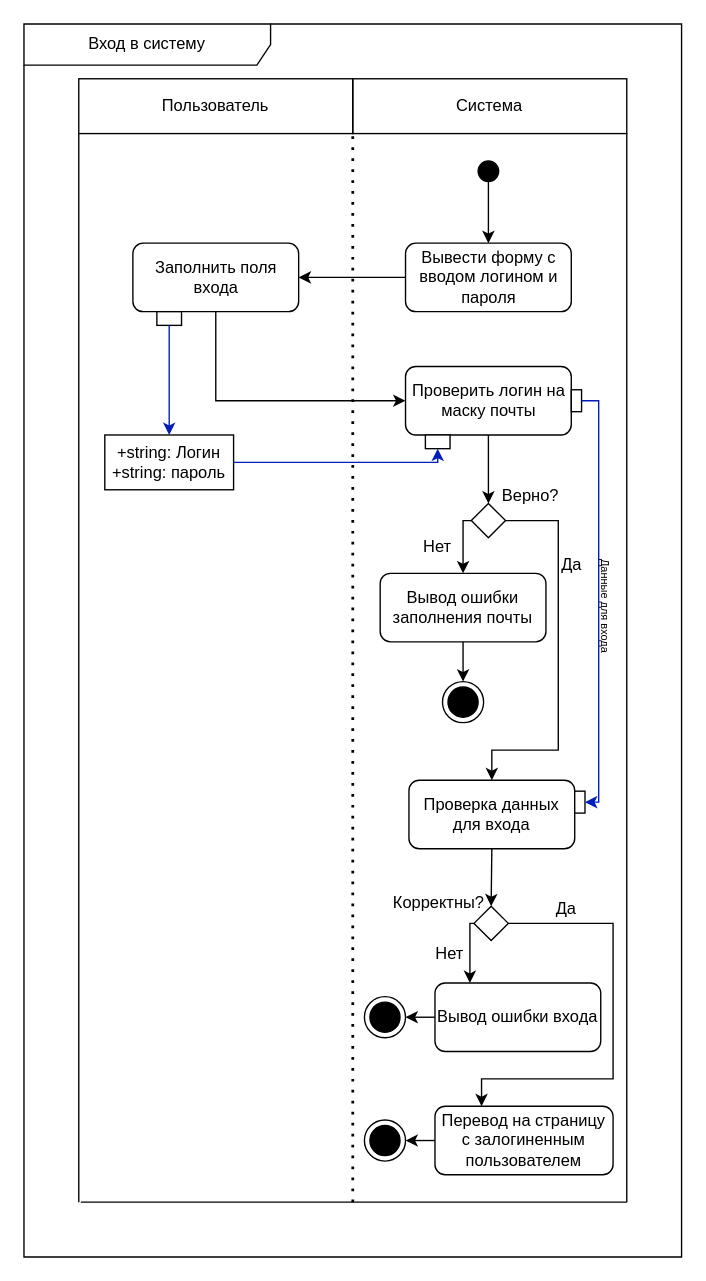
Earlier version of the draw.io diagram docs/raw_diagrams/вход в систему++.drawio (AS2/habrolink). Source tidied: cells renumbered, new cells numbered last; positions are measured from the earlier drawing's top-left corner, leaving out a move shared by most shapes. Both pictures are drawn from the tidied source at 137%, with x=0, y=0 at pixel (23, 23).
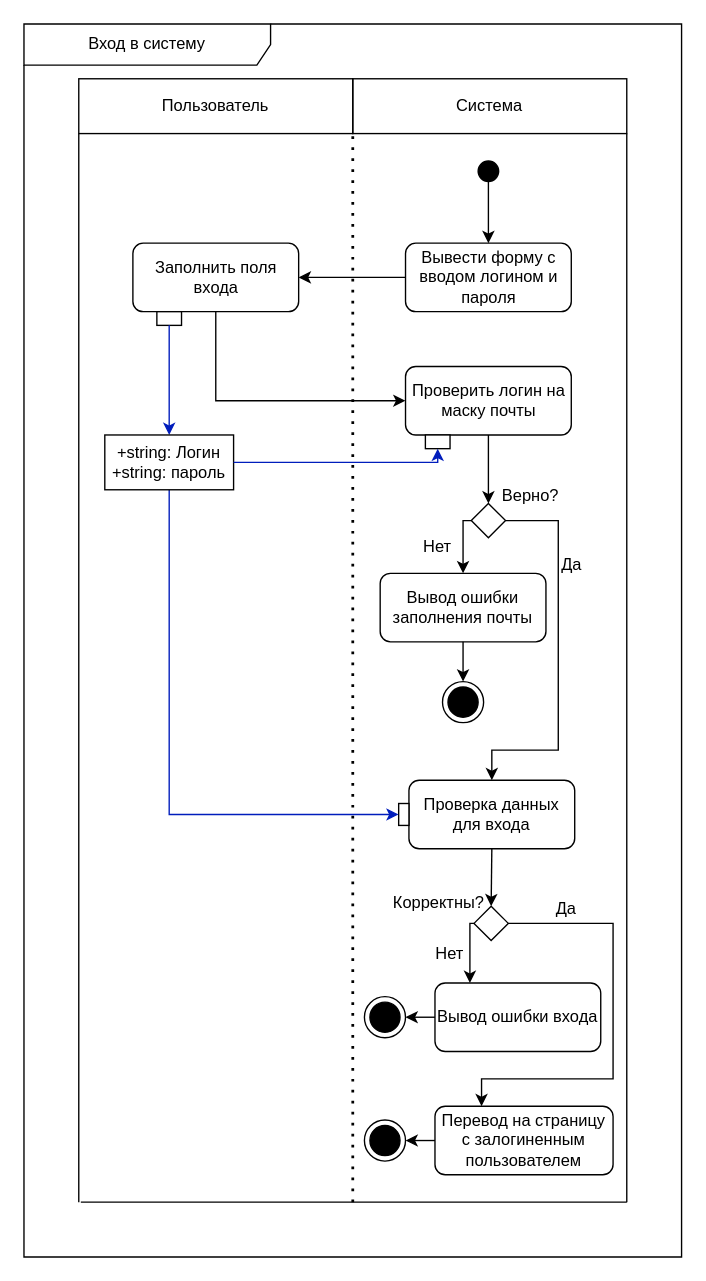
After the change.

Unchanged cells that the change refers to:
```xml
<mxCell id="47" value="+string: Логин&lt;br&gt;+string:&amp;nbsp;пароль" style="rounded=0;whiteSpace=wrap;html=1;" parent="1" vertex="1">
  <mxGeometry x="59" y="300" width="94" height="40" as="geometry" />
</mxCell>
```

Change to the diagram source:
```diff
@@
-    <mxCell id="42" style="rounded=0;whiteSpace=wrap;html=1;" parent="1" vertex="1">
-      <mxGeometry x="399.5" y="267" width="7.5" height="16" as="geometry" />
-    </mxCell>
     <mxCell id="43" style="rounded=0;whiteSpace=wrap;html=1;" parent="1" vertex="1">
-      <mxGeometry x="402" y="560" width="7.5" height="16" as="geometry" />
+      <mxGeometry x="273.5" y="569" width="7.5" height="16" as="geometry" />
     </mxCell>
@@
-    <mxCell id="45" value="&lt;font style=&quot;font-size: 8px;&quot;&gt;Данные для входа&lt;/font&gt;" style="text;html=1;strokeColor=none;fillColor=none;align=center;verticalAlign=middle;whiteSpace=wrap;rounded=0;rotation=90;" parent="1" vertex="1">
-      <mxGeometry x="390" y="410" width="71.5" height="30" as="geometry" />
-    </mxCell>
-    <mxCell id="46" style="endArrow=classic;html=1;rounded=0;exitX=1;exitY=0.5;exitDx=0;exitDy=0;entryX=1;entryY=0.5;entryDx=0;entryDy=0;edgeStyle=orthogonalEdgeStyle;fillColor=#0050ef;strokeColor=#001DBC;" parent="1" edge="1" source="42" target="43">
+    <mxCell id="46" style="endArrow=classic;html=1;rounded=0;exitX=0.5;exitY=1;exitDx=0;exitDy=0;entryX=0;entryY=0.5;entryDx=0;entryDy=0;edgeStyle=orthogonalEdgeStyle;fillColor=#0050ef;strokeColor=#001DBC;" parent="1" edge="1" source="47" target="43">
       <mxGeometry relative="1" as="geometry" />
     </mxCell>
```
